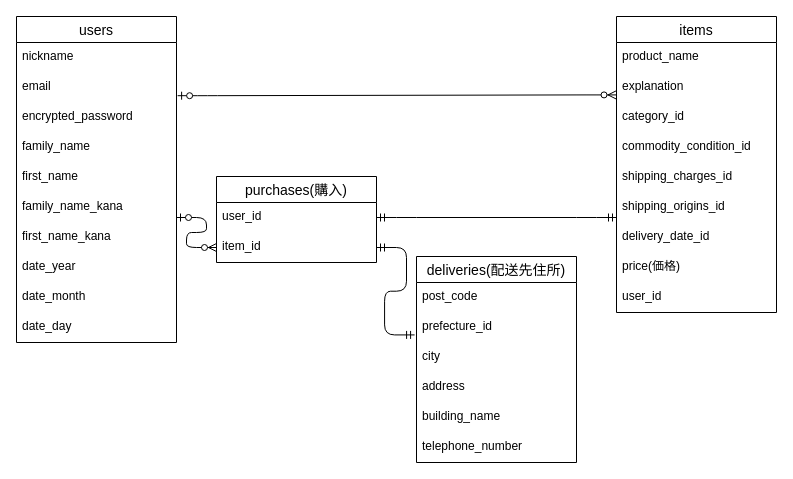
The draw.io diagram ER.dio in kawasaki-masayuki/furima-39162, before the edit. Source tidied: cells renumbered, new cells numbered last; positions are measured from the earlier drawing's top-left corner, leaving out a move shared by most shapes. Both pictures are drawn from the tidied source at 100%, with x=0, y=0 at pixel (16, 16).
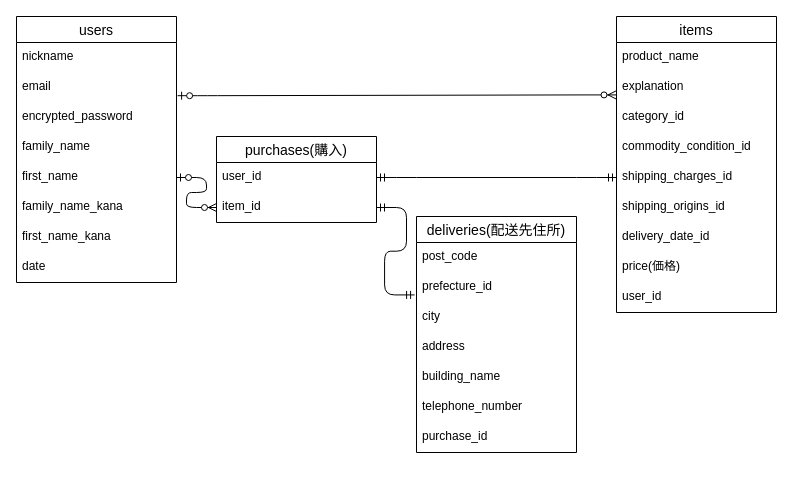
The same page after the edit.

Commit message (it also covers changes not shown here):
データベース設計の再修正

Unchanged cells that the change refers to:
```xml
<mxCell id="7" value="first_name" style="text;strokeColor=none;fillColor=none;spacingLeft=4;spacingRight=4;overflow=hidden;points=[[0,0.5],[1,0.5]];portConstraint=eastwest;fontSize=12;" parent="2" vertex="1">
  <mxGeometry y="146" width="160" height="30" as="geometry" />
</mxCell>
<mxCell id="18" value="shipping_charges_id" style="text;strokeColor=none;fillColor=none;spacingLeft=4;spacingRight=4;overflow=hidden;points=[[0,0.5],[1,0.5]];portConstraint=eastwest;fontSize=12;" parent="13" vertex="1">
  <mxGeometry y="146" width="160" height="30" as="geometry" />
</mxCell>
<mxCell id="24" value="user_id" style="text;strokeColor=none;fillColor=none;spacingLeft=4;spacingRight=4;overflow=hidden;points=[[0,0.5],[1,0.5]];portConstraint=eastwest;fontSize=12;" parent="23" vertex="1">
  <mxGeometry y="26" width="160" height="30" as="geometry" />
</mxCell>
<mxCell id="25" value="item_id" style="text;strokeColor=none;fillColor=none;spacingLeft=4;spacingRight=4;overflow=hidden;points=[[0,0.5],[1,0.5]];portConstraint=eastwest;fontSize=12;" parent="23" vertex="1">
  <mxGeometry y="56" width="160" height="30" as="geometry" />
</mxCell>
```

What changed in the source:
```diff
@@
     <mxCell id="2" value="users" style="swimlane;fontStyle=0;horizontal=1;startSize=26;align=center;fontSize=14;" parent="1" vertex="1">
-      <mxGeometry width="160" height="326" as="geometry" />
+      <mxGeometry width="160" height="266" as="geometry" />
     </mxCell>
@@
-    <mxCell id="10" value="date_year" style="text;strokeColor=none;fillColor=none;spacingLeft=4;spacingRight=4;overflow=hidden;fontSize=12;" parent="2" vertex="1">
+    <mxCell id="10" value="date" style="text;strokeColor=none;fillColor=none;spacingLeft=4;spacingRight=4;overflow=hidden;fontSize=12;" parent="2" vertex="1">
       <mxGeometry y="236" width="160" height="30" as="geometry" />
     </mxCell>
-    <mxCell id="11" value="date_month" style="text;strokeColor=none;fillColor=none;spacingLeft=4;spacingRight=4;overflow=hidden;fontSize=12;" parent="2" vertex="1">
-      <mxGeometry y="266" width="160" height="30" as="geometry" />
-    </mxCell>
-    <mxCell id="12" value="date_day" style="text;strokeColor=none;fillColor=none;spacingLeft=4;spacingRight=4;overflow=hidden;fontSize=12;" parent="2" vertex="1">
-      <mxGeometry y="296" width="160" height="30" as="geometry" />
-    </mxCell>
@@
     <mxCell id="23" value="purchases(購入)" style="swimlane;fontStyle=0;horizontal=1;startSize=26;align=center;fontSize=14;" parent="1" vertex="1">
-      <mxGeometry x="200" y="160" width="160" height="86" as="geometry" />
+      <mxGeometry x="200" y="120" width="160" height="86" as="geometry" />
     </mxCell>
@@
     <mxCell id="26" value="deliveries(配送先住所)" style="swimlane;fontStyle=0;horizontal=1;startSize=26;align=center;fontSize=14;" parent="1" vertex="1">
-      <mxGeometry x="400" y="240" width="160" height="206" as="geometry" />
+      <mxGeometry x="400" y="200" width="160" height="236" as="geometry" />
     </mxCell>
@@
+    <mxCell id="37" value="purchase_id" style="text;strokeColor=none;fillColor=none;spacingLeft=4;spacingRight=4;overflow=hidden;fontSize=12;" parent="26" vertex="1">
+      <mxGeometry y="206" width="160" height="30" as="geometry" />
+    </mxCell>
@@
-    <mxCell id="34" style="edgeStyle=entityRelationEdgeStyle;fontSize=12;html=1;endArrow=ERzeroToMany;startArrow=ERzeroToOne;entryX=0;entryY=0.5;entryDx=0;entryDy=0;" parent="1" edge="1" target="25">
-      <mxGeometry relative="1" as="geometry">
-        <mxPoint x="160" y="201" as="sourcePoint" />
-      </mxGeometry>
+    <mxCell id="34" style="edgeStyle=entityRelationEdgeStyle;fontSize=12;html=1;endArrow=ERzeroToMany;startArrow=ERzeroToOne;entryX=0;entryY=0.5;entryDx=0;entryDy=0;exitX=1;exitY=0.5;exitDx=0;exitDy=0;" parent="1" edge="1" source="7" target="25">
+      <mxGeometry relative="1" as="geometry" />
     </mxCell>
@@
-    <mxCell id="36" style="edgeStyle=entityRelationEdgeStyle;fontSize=12;html=1;endArrow=ERmandOne;startArrow=ERmandOne;" parent="1" edge="1" source="24">
-      <mxGeometry relative="1" as="geometry">
-        <mxPoint x="600" y="201" as="targetPoint" />
-      </mxGeometry>
+    <mxCell id="36" style="edgeStyle=entityRelationEdgeStyle;fontSize=12;html=1;endArrow=ERmandOne;startArrow=ERmandOne;entryX=0;entryY=0.5;entryDx=0;entryDy=0;" parent="1" edge="1" source="24" target="18">
+      <mxGeometry relative="1" as="geometry" />
     </mxCell>
```
